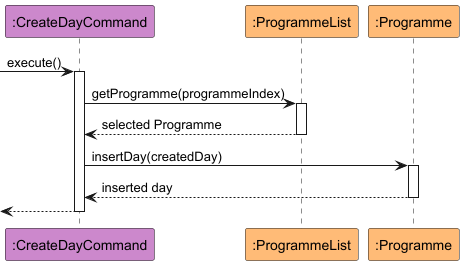
nus-cs2113-AY2425S1/tp keeps this PlantUML diagram as docs/images/addDayCommand.png. Above is the earlier version.
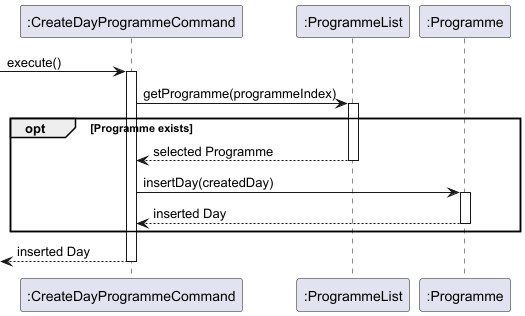
The same diagram one commit later.

Change to the diagram source:
```diff
@@ -1,25 +1,25 @@
 @startuml
-participant ":CreateDayCommand" as CreateDayCommand #cc88cc
-participant ":ProgrammeList" as ProgrammeList #ffbb77
-participant ":Programme" as Programme #ffbb77
+participant ":CreateDayProgrammeCommand" as CreateDayProgrammeCommand
+participant ":ProgrammeList" as ProgrammeList
+participant ":Programme" as Programme
 
+-> CreateDayProgrammeCommand : execute()
+activate CreateDayProgrammeCommand
 
-
-
--> CreateDayCommand : execute()
-activate CreateDayCommand
-CreateDayCommand -> ProgrammeList : getProgramme(programmeIndex)
+CreateDayProgrammeCommand -> ProgrammeList : getProgramme(programmeIndex)
 activate ProgrammeList
 
-ProgrammeList --> CreateDayCommand : selected Programme
-deactivate ProgrammeList
+opt Programme exists
+    ProgrammeList --> CreateDayProgrammeCommand : selected Programme
+    deactivate ProgrammeList
 
-CreateDayCommand -> Programme : insertDay(createdDay)
-activate Programme
+    CreateDayProgrammeCommand -> Programme : insertDay(createdDay)
+    activate Programme
 
-Programme --> CreateDayCommand :  inserted day
-deactivate Programme
+    Programme --> CreateDayProgrammeCommand : inserted Day
+    deactivate Programme
+end
 
-<-- CreateDayCommand
-deactivate CreateDayCommand
+<-- CreateDayProgrammeCommand : inserted Day
+deactivate CreateDayProgrammeCommand
 @enduml
```
